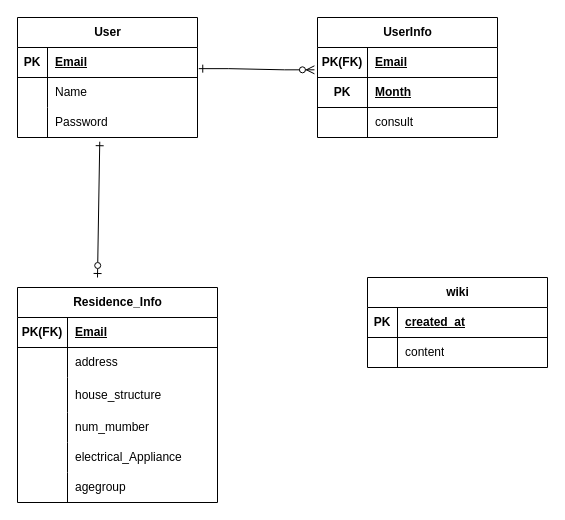
Above: 제목 없는 다이어그램.drawio in gus1043/eco-save-challenge (draw.io), before the change. Source tidied: cells renumbered, new cells numbered last; positions are measured from the earlier drawing's top-left corner, leaving out a move shared by most shapes. Both pictures are drawn from the tidied source at 100%, with x=0, y=0 at pixel (17, 17).
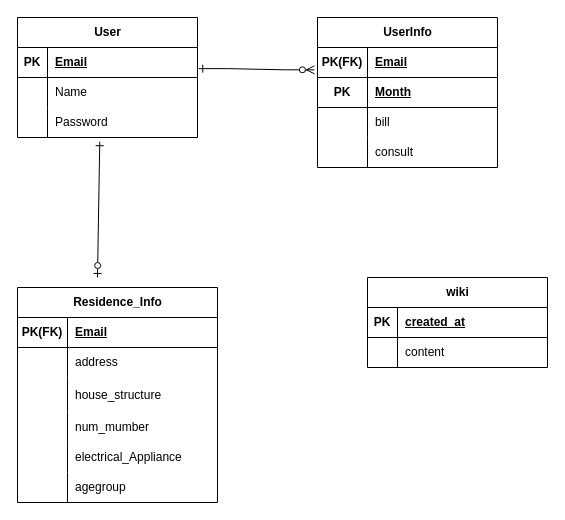
The same page after the edit.

Commit message:
제목 없는 다이어그램.drawio 업데이트

Unchanged cells that the change refers to:
```xml
<mxCell id="38" style="shape=tableRow;horizontal=0;startSize=0;swimlaneHead=0;swimlaneBody=0;fillColor=none;top=0;left=0;right=0;bottom=0;" parent="31" vertex="1">
  <mxGeometry y="90" width="180" height="30" as="geometry" />
</mxCell>
```

The edit, as a diff of the source:
```diff
@@
     <mxCell id="31" value="UserInfo" style="shape=table;startSize=30;childLayout=tableLayout;rowLines=0;fontStyle=1;align=center;html=1;" parent="1" vertex="1">
-      <mxGeometry x="300" width="180" height="120" as="geometry" />
+      <mxGeometry x="300" width="180" height="150" as="geometry" />
     </mxCell>
@@
-    <mxCell id="40" value="consult" style="shape=partialRectangle;fillColor=none;top=0;left=0;bottom=0;right=0;align=left;spacingLeft=6;overflow=hidden;whiteSpace=wrap;html=1;" parent="38" vertex="1">
+    <mxCell id="40" value="bill" style="shape=partialRectangle;fillColor=none;top=0;left=0;bottom=0;right=0;align=left;spacingLeft=6;overflow=hidden;whiteSpace=wrap;html=1;" parent="38" vertex="1">
       <mxGeometry x="50" width="130" height="30" as="geometry" />
     </mxCell>
+    <mxCell id="50" style="shape=tableRow;horizontal=0;startSize=0;swimlaneHead=0;swimlaneBody=0;fillColor=none;top=0;left=0;right=0;bottom=0;" parent="31" vertex="1">
+      <mxGeometry y="120" width="180" height="30" as="geometry" />
+    </mxCell>
+    <mxCell id="51" style="shape=partialRectangle;fillColor=none;top=0;left=0;bottom=0;right=0;overflow=hidden;whiteSpace=wrap;html=1;" parent="50" vertex="1">
+      <mxGeometry width="50" height="30" as="geometry" />
+    </mxCell>
+    <mxCell id="52" value="consult" style="shape=partialRectangle;fillColor=none;top=0;left=0;bottom=0;right=0;align=left;spacingLeft=6;overflow=hidden;whiteSpace=wrap;html=1;" parent="50" vertex="1">
+      <mxGeometry x="50" width="130" height="30" as="geometry" />
+    </mxCell>
```
